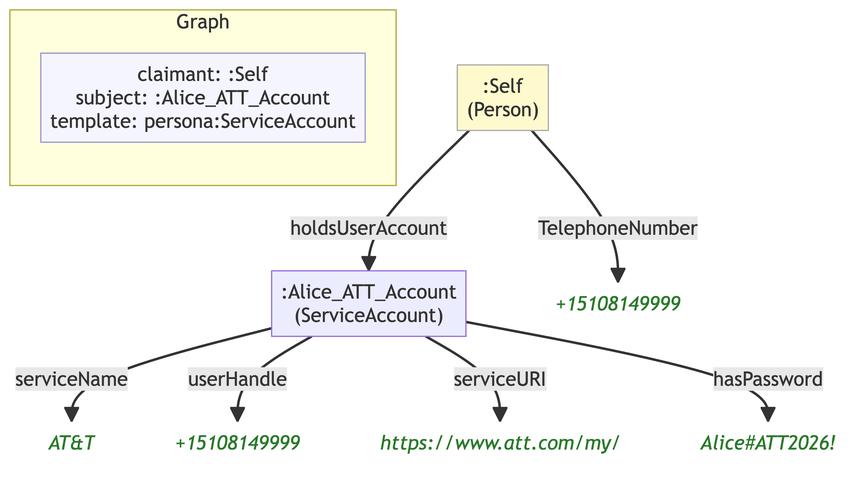
MeeFoundation/mia-ontologies keeps this Mermaid diagram as example/graphs/images/graph-74.png. Above is the earlier version. Its source is kept beside it as example/graphs/images/graph-74.mmd.
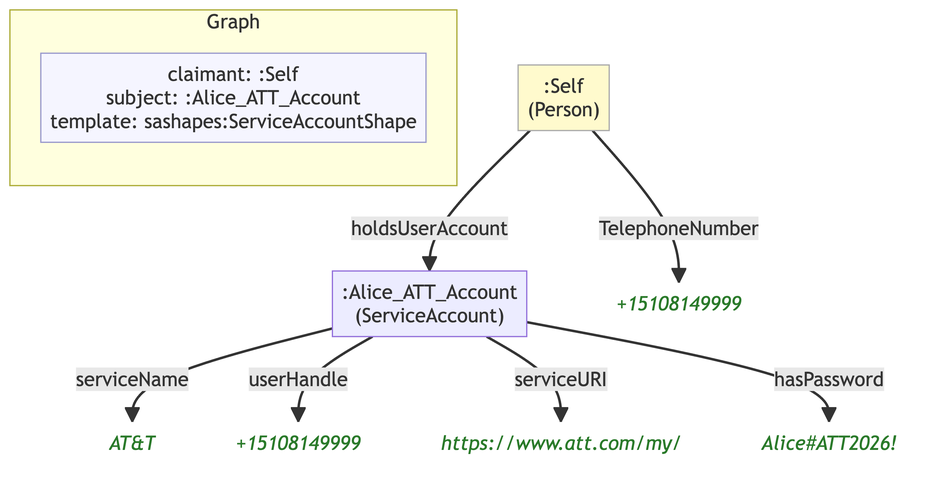
Later version of the same file.

Diff of the diagram source:
```diff
@@ -6,20 +6,20 @@
 
     subgraph ctx["Graph"]
         direction LR
-        ctx_meta["claimant: :Self\nsubject: :Alice_ATT_Account\ntemplate: persona:ServiceAccount"]:::meta
+        ctx_meta["claimant: :Self\nsubject: :Alice_ATT_Account\ntemplate: sashapes:ServiceAccountShape"]:::meta
     end
 
     n6b841a14e1a6[":Alice_ATT_Account\n(ServiceAccount)"]
     nb207e27d4b3f("AT&T"):::lit
     n9e9b92220f65("+15108149999"):::lit
     n30d72c0afa33("https://www.att.com/my/"):::lit
-    n1a47ce515794("Alice#ATT2026!"):::lit
+    n14149baff2f5("Alice#ATT2026!"):::lit
     ne0c3ba92f1db[":Self\n(Person)"]:::person
-    n4cb0d813ad5a("+15108149999"):::lit
+    nae7cb1e74db7("+15108149999"):::lit
 
     n6b841a14e1a6 -->|"serviceName"| nb207e27d4b3f
     n6b841a14e1a6 -->|"userHandle"| n9e9b92220f65
     n6b841a14e1a6 -->|"serviceURI"| n30d72c0afa33
-    n6b841a14e1a6 -->|"hasPassword"| n1a47ce515794
-    ne0c3ba92f1db -->|"TelephoneNumber"| n4cb0d813ad5a
+    n6b841a14e1a6 -->|"hasPassword"| n14149baff2f5
+    ne0c3ba92f1db -->|"TelephoneNumber"| nae7cb1e74db7
     ne0c3ba92f1db -->|"holdsUserAccount"| n6b841a14e1a6
```
